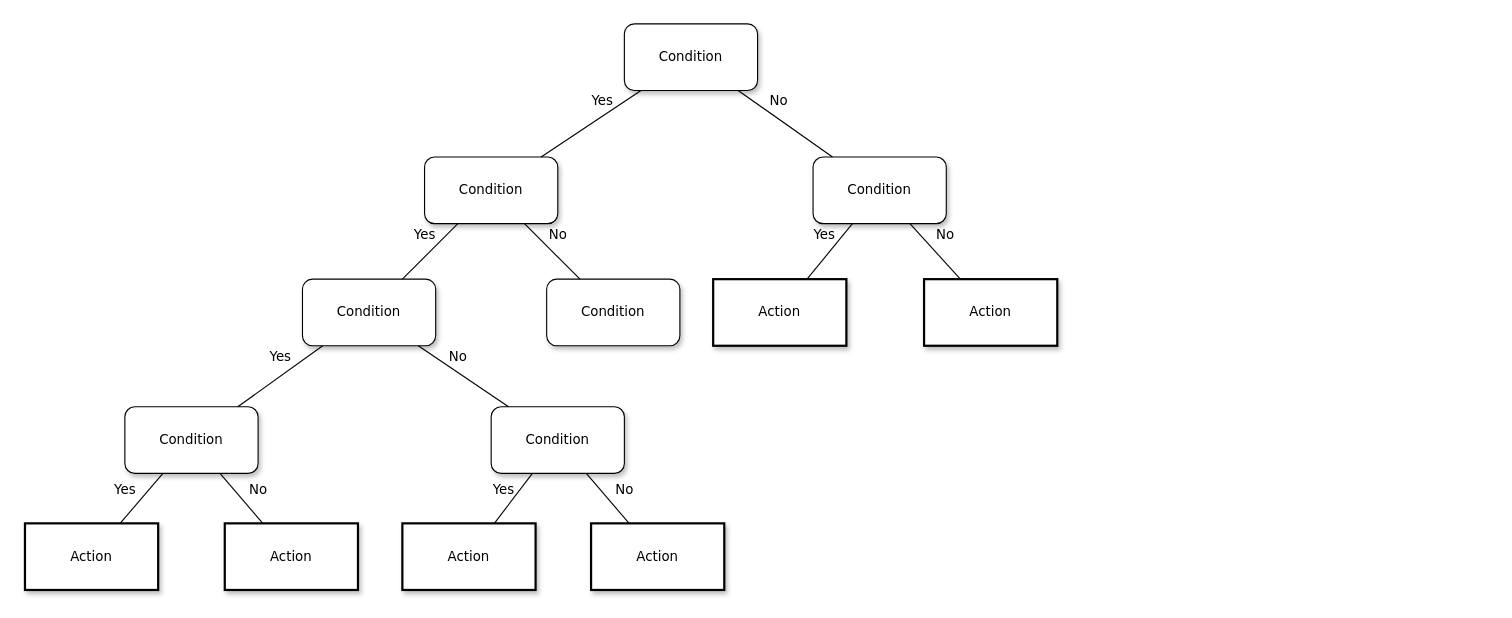
Earlier version of the draw.io diagram Untitled Diagram.drawio (Jung-YongJin/HelpDesk). Source tidied: cells renumbered, new cells numbered last; positions are measured from the earlier drawing's top-left corner, leaving out a move shared by most shapes. Both pictures are drawn from the tidied source at 111%, with x=0, y=0 at pixel (24, 23).
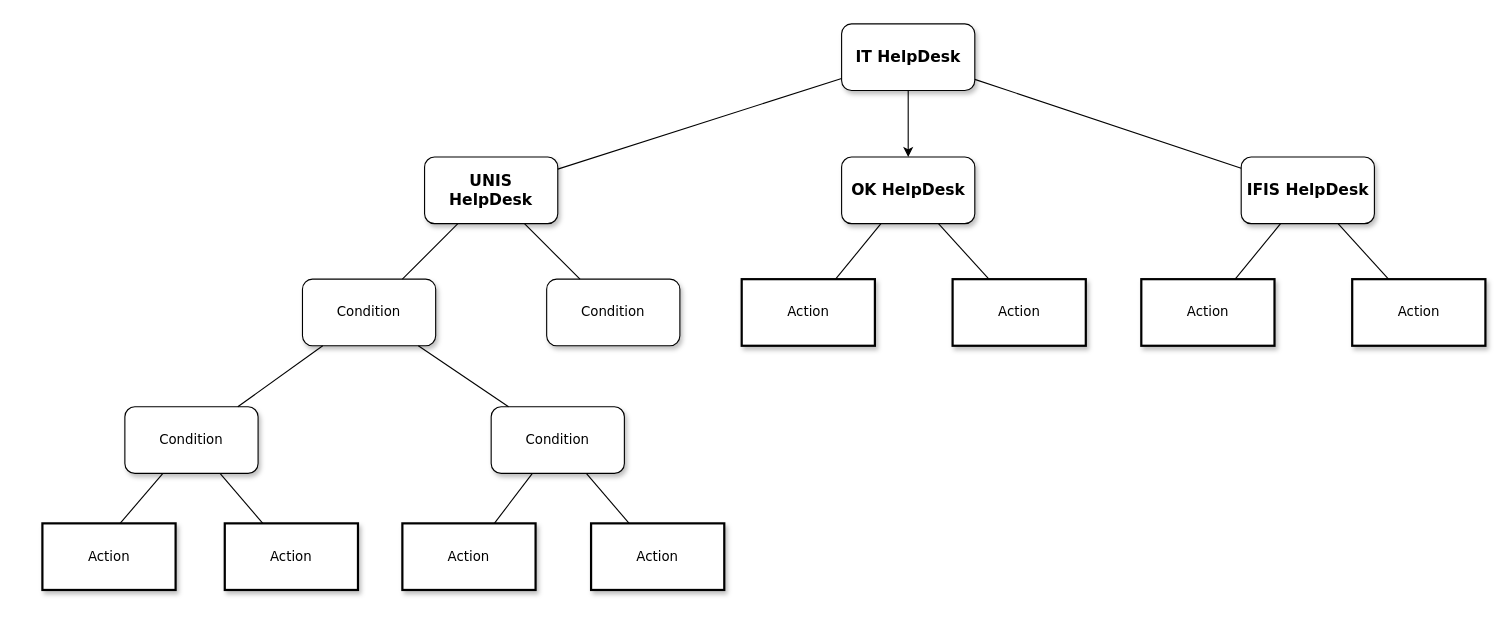
After the change.

Unchanged cells that the change refers to:
```xml
<mxCell id="7" value="&lt;span&gt;Condition&lt;/span&gt;" style="whiteSpace=wrap;html=1;rounded=1;shadow=1;labelBackgroundColor=none;strokeWidth=1;fontFamily=Verdana;fontSize=12;align=center;" parent="1" vertex="1">
  <mxGeometry x="250" y="230" width="120" height="60" as="geometry" />
</mxCell>
<mxCell id="8" value="&lt;span&gt;Condition&lt;/span&gt;" style="whiteSpace=wrap;html=1;rounded=1;shadow=1;labelBackgroundColor=none;strokeWidth=1;fontFamily=Verdana;fontSize=12;align=center;" parent="1" vertex="1">
  <mxGeometry x="470" y="230" width="120" height="60" as="geometry" />
</mxCell>
<mxCell id="11" value="&lt;span&gt;Condition&lt;/span&gt;" style="whiteSpace=wrap;html=1;rounded=1;shadow=1;labelBackgroundColor=none;strokeWidth=1;fontFamily=Verdana;fontSize=12;align=center;" parent="1" vertex="1">
  <mxGeometry x="90" y="345" width="120" height="60" as="geometry" />
</mxCell>
<mxCell id="12" value="&lt;span&gt;Condition&lt;/span&gt;" style="whiteSpace=wrap;html=1;rounded=1;shadow=1;labelBackgroundColor=none;strokeWidth=1;fontFamily=Verdana;fontSize=12;align=center;" parent="1" vertex="1">
  <mxGeometry x="420" y="345" width="120" height="60" as="geometry" />
</mxCell>
<mxCell id="20" value="&lt;span&gt;Action&lt;/span&gt;" style="whiteSpace=wrap;html=1;rounded=0;shadow=1;labelBackgroundColor=none;strokeWidth=2;fontFamily=Verdana;fontSize=12;align=center;" parent="1" vertex="1">
  <mxGeometry x="180" y="450" width="120" height="60" as="geometry" />
</mxCell>
<mxCell id="21" value="&lt;span&gt;Action&lt;/span&gt;" style="whiteSpace=wrap;html=1;rounded=0;shadow=1;labelBackgroundColor=none;strokeWidth=2;fontFamily=Verdana;fontSize=12;align=center;" parent="1" vertex="1">
  <mxGeometry x="340" y="450" width="120" height="60" as="geometry" />
</mxCell>
<mxCell id="22" value="&lt;span&gt;Action&lt;/span&gt;" style="whiteSpace=wrap;html=1;rounded=0;shadow=1;labelBackgroundColor=none;strokeWidth=2;fontFamily=Verdana;fontSize=12;align=center;" parent="1" vertex="1">
  <mxGeometry x="510" y="450" width="120" height="60" as="geometry" />
</mxCell>
```

Change to the diagram source:
```diff
@@
+    <mxCell id="27" style="edgeStyle=orthogonalEdgeStyle;rounded=0;jettySize=auto;html=1;" parent="1" edge="1" source="2" target="28">
+      <mxGeometry relative="1" as="geometry" />
+    </mxCell>
-    <mxCell id="2" value="Condition" style="whiteSpace=wrap;html=1;rounded=1;shadow=1;labelBackgroundColor=none;strokeWidth=1;fontFamily=Verdana;fontSize=12;align=center;" parent="1" vertex="1">
-      <mxGeometry x="540" width="120" height="60" as="geometry" />
+    <mxCell id="2" value="&lt;b&gt;&lt;font style=&quot;font-size: 14px;&quot;&gt;IT HelpDesk&lt;/font&gt;&lt;/b&gt;" style="whiteSpace=wrap;html=1;rounded=1;shadow=1;labelBackgroundColor=none;strokeWidth=1;fontFamily=Verdana;fontSize=12;align=center;" parent="1" vertex="1">
+      <mxGeometry x="735.7" width="120" height="60" as="geometry" />
     </mxCell>
-    <mxCell id="3" value="&lt;span&gt;Condition&lt;/span&gt;" style="whiteSpace=wrap;html=1;rounded=1;shadow=1;labelBackgroundColor=none;strokeWidth=1;fontFamily=Verdana;fontSize=12;align=center;" parent="1" vertex="1">
+    <mxCell id="3" value="&lt;b style=&quot;border-color: var(--border-color);&quot;&gt;&lt;font style=&quot;border-color: var(--border-color); font-size: 14px;&quot;&gt;UNIS HelpDesk&lt;/font&gt;&lt;/b&gt;" style="whiteSpace=wrap;html=1;rounded=1;shadow=1;labelBackgroundColor=none;strokeWidth=1;fontFamily=Verdana;fontSize=12;align=center;" parent="1" vertex="1">
       <mxGeometry x="360" y="120" width="120" height="60" as="geometry" />
     </mxCell>
-    <mxCell id="4" value="&lt;span&gt;Condition&lt;/span&gt;" style="whiteSpace=wrap;html=1;rounded=1;shadow=1;labelBackgroundColor=none;strokeWidth=1;fontFamily=Verdana;fontSize=12;align=center;" parent="1" vertex="1">
-      <mxGeometry x="710" y="120" width="120" height="60" as="geometry" />
+    <mxCell id="4" value="&lt;b style=&quot;border-color: var(--border-color);&quot;&gt;&lt;font style=&quot;border-color: var(--border-color); font-size: 14px;&quot;&gt;IFIS HelpDesk&lt;/font&gt;&lt;/b&gt;" style="whiteSpace=wrap;html=1;rounded=1;shadow=1;labelBackgroundColor=none;strokeWidth=1;fontFamily=Verdana;fontSize=12;align=center;" parent="1" vertex="1">
+      <mxGeometry x="1095.7" y="120" width="120" height="60" as="geometry" />
     </mxCell>
-    <mxCell id="5" value="No" style="rounded=0;html=1;labelBackgroundColor=none;startArrow=none;startFill=0;startSize=5;endArrow=none;endFill=0;endSize=5;jettySize=auto;strokeWidth=1;fontFamily=Verdana;fontSize=12;" parent="1" edge="1" source="2" target="4">
+    <mxCell id="5" style="rounded=0;html=1;labelBackgroundColor=none;startArrow=none;startFill=0;startSize=5;endArrow=none;endFill=0;endSize=5;jettySize=auto;strokeWidth=1;fontFamily=Verdana;fontSize=12;" parent="1" edge="1" source="2" target="4">
       <mxGeometry x="-0.3" y="13" relative="1" as="geometry" />
     </mxCell>
-    <mxCell id="6" value="Yes" style="rounded=0;html=1;labelBackgroundColor=none;startArrow=none;startFill=0;startSize=5;endArrow=none;endFill=0;endSize=5;jettySize=auto;strokeWidth=1;fontFamily=Verdana;fontSize=12;" parent="1" edge="1" source="2" target="3">
+    <mxCell id="6" style="rounded=0;html=1;labelBackgroundColor=none;startArrow=none;startFill=0;startSize=5;endArrow=none;endFill=0;endSize=5;jettySize=auto;strokeWidth=1;fontFamily=Verdana;fontSize=12;" parent="1" edge="1" source="2" target="3">
       <mxGeometry x="-0.36" y="-11" relative="1" as="geometry" />
     </mxCell>
@@
     <mxCell id="9" value="&lt;span&gt;Action&lt;/span&gt;" style="whiteSpace=wrap;html=1;rounded=0;shadow=1;labelBackgroundColor=none;strokeWidth=2;fontFamily=Verdana;fontSize=12;align=center;" parent="1" vertex="1">
-      <mxGeometry x="620" y="230" width="120" height="60" as="geometry" />
+      <mxGeometry x="1005.7" y="230" width="120" height="60" as="geometry" />
     </mxCell>
     <mxCell id="10" value="&lt;span&gt;Action&lt;/span&gt;" style="whiteSpace=wrap;html=1;rounded=0;shadow=1;labelBackgroundColor=none;strokeWidth=2;fontFamily=Verdana;fontSize=12;align=center;" parent="1" vertex="1">
-      <mxGeometry x="810" y="230" width="120" height="60" as="geometry" />
+      <mxGeometry x="1195.7" y="230" width="120" height="60" as="geometry" />
     </mxCell>
@@
-    <mxCell id="13" value="Yes" style="rounded=0;html=1;labelBackgroundColor=none;startArrow=none;startFill=0;startSize=5;endArrow=none;endFill=0;endSize=5;jettySize=auto;strokeWidth=1;fontFamily=Verdana;fontSize=12;" parent="1" edge="1" source="3" target="7">
+    <mxCell id="13" style="rounded=0;html=1;labelBackgroundColor=none;startArrow=none;startFill=0;startSize=5;endArrow=none;endFill=0;endSize=5;jettySize=auto;strokeWidth=1;fontFamily=Verdana;fontSize=12;" parent="1" edge="1" source="3" target="7">
       <mxGeometry x="-0.2" y="-14" relative="1" as="geometry" />
     </mxCell>
-    <mxCell id="14" value="No" style="rounded=0;html=1;labelBackgroundColor=none;startArrow=none;startFill=0;startSize=5;endArrow=none;endFill=0;endSize=5;jettySize=auto;strokeWidth=1;fontFamily=Verdana;fontSize=12;" parent="1" edge="1" source="3" target="8">
+    <mxCell id="14" style="rounded=0;html=1;labelBackgroundColor=none;startArrow=none;startFill=0;startSize=5;endArrow=none;endFill=0;endSize=5;jettySize=auto;strokeWidth=1;fontFamily=Verdana;fontSize=12;" parent="1" edge="1" source="3" target="8">
       <mxGeometry x="-0.2" y="14" relative="1" as="geometry" />
     </mxCell>
-    <mxCell id="15" value="Yes" style="rounded=0;html=1;labelBackgroundColor=none;startArrow=none;startFill=0;startSize=5;endArrow=none;endFill=0;endSize=5;jettySize=auto;strokeWidth=1;fontFamily=Verdana;fontSize=12;" parent="1" edge="1" source="4" target="9">
+    <mxCell id="15" style="rounded=0;html=1;labelBackgroundColor=none;startArrow=none;startFill=0;startSize=5;endArrow=none;endFill=0;endSize=5;jettySize=auto;strokeWidth=1;fontFamily=Verdana;fontSize=12;" parent="1" edge="1" source="4" target="9">
       <mxGeometry x="-0.26" y="-13" relative="1" as="geometry" />
     </mxCell>
-    <mxCell id="16" value="No" style="rounded=0;html=1;labelBackgroundColor=none;startArrow=none;startFill=0;startSize=5;endArrow=none;endFill=0;endSize=5;jettySize=auto;strokeWidth=1;fontFamily=Verdana;fontSize=12;" parent="1" edge="1" source="4" target="10">
+    <mxCell id="16" style="rounded=0;html=1;labelBackgroundColor=none;startArrow=none;startFill=0;startSize=5;endArrow=none;endFill=0;endSize=5;jettySize=auto;strokeWidth=1;fontFamily=Verdana;fontSize=12;" parent="1" edge="1" source="4" target="10">
       <mxGeometry x="-0.13" y="17" relative="1" as="geometry" />
     </mxCell>
-    <mxCell id="17" value="Yes" style="rounded=0;html=1;labelBackgroundColor=none;startArrow=none;startFill=0;startSize=5;endArrow=none;endFill=0;endSize=5;jettySize=auto;strokeWidth=1;fontFamily=Verdana;fontSize=12;" parent="1" edge="1" source="7" target="11">
+    <mxCell id="17" style="rounded=0;html=1;labelBackgroundColor=none;startArrow=none;startFill=0;startSize=5;endArrow=none;endFill=0;endSize=5;jettySize=auto;strokeWidth=1;fontFamily=Verdana;fontSize=12;" parent="1" edge="1" source="7" target="11">
       <mxGeometry x="-0.22" y="-14" relative="1" as="geometry" />
     </mxCell>
-    <mxCell id="18" value="No" style="rounded=0;html=1;labelBackgroundColor=none;startArrow=none;startFill=0;startSize=5;endArrow=none;endFill=0;endSize=5;jettySize=auto;strokeWidth=1;fontFamily=Verdana;fontSize=12;" parent="1" edge="1" source="7" target="12">
-      <mxGeometry x="-0.28" y="12" relative="1" as="geometry" />
+    <mxCell id="18" style="rounded=0;html=1;labelBackgroundColor=none;startArrow=none;startFill=0;startSize=5;endArrow=none;endFill=0;endSize=5;jettySize=auto;strokeWidth=1;fontFamily=Verdana;fontSize=12;" parent="1" edge="1" source="7" target="12">
+      <mxGeometry x="-0.29" y="12" relative="1" as="geometry" />
     </mxCell>
     <mxCell id="19" value="Action" style="whiteSpace=wrap;html=1;rounded=0;shadow=1;labelBackgroundColor=none;strokeWidth=2;fontFamily=Verdana;fontSize=12;align=center;" parent="1" vertex="1">
-      <mxGeometry y="450" width="120" height="60" as="geometry" />
+      <mxGeometry x="15.7" y="450" width="120" height="60" as="geometry" />
     </mxCell>
@@
-    <mxCell id="23" value="Yes" style="rounded=0;html=1;labelBackgroundColor=none;startArrow=none;startFill=0;startSize=5;endArrow=none;endFill=0;endSize=5;jettySize=auto;strokeWidth=1;fontFamily=Verdana;fontSize=12;" parent="1" edge="1" source="11" target="19">
-      <mxGeometry x="0.14" y="-16" relative="1" as="geometry" />
+    <mxCell id="23" style="rounded=0;html=1;labelBackgroundColor=none;startArrow=none;startFill=0;startSize=5;endArrow=none;endFill=0;endSize=5;jettySize=auto;strokeWidth=1;fontFamily=Verdana;fontSize=12;" parent="1" edge="1" source="11">
+      <mxGeometry x="0.14" y="-16" relative="1" as="geometry">
+        <mxPoint x="85.7" y="450" as="targetPoint" />
+      </mxGeometry>
     </mxCell>
-    <mxCell id="24" value="No" style="rounded=0;html=1;labelBackgroundColor=none;startArrow=none;startFill=0;startSize=5;endArrow=none;endFill=0;endSize=5;jettySize=auto;strokeWidth=1;fontFamily=Verdana;fontSize=12;" parent="1" edge="1" source="11" target="20">
+    <mxCell id="24" style="rounded=0;html=1;labelBackgroundColor=none;startArrow=none;startFill=0;startSize=5;endArrow=none;endFill=0;endSize=5;jettySize=auto;strokeWidth=1;fontFamily=Verdana;fontSize=12;" parent="1" edge="1" source="11" target="20">
       <mxGeometry x="0.14" y="16" relative="1" as="geometry" />
     </mxCell>
-    <mxCell id="25" value="Yes" style="rounded=0;html=1;labelBackgroundColor=none;startArrow=none;startFill=0;startSize=5;endArrow=none;endFill=0;endSize=5;jettySize=auto;strokeWidth=1;fontFamily=Verdana;fontSize=12;" parent="1" edge="1" source="12" target="21">
+    <mxCell id="25" style="rounded=0;html=1;labelBackgroundColor=none;startArrow=none;startFill=0;startSize=5;endArrow=none;endFill=0;endSize=5;jettySize=auto;strokeWidth=1;fontFamily=Verdana;fontSize=12;" parent="1" edge="1" source="12" target="21">
       <mxGeometry y="-12" relative="1" as="geometry" />
     </mxCell>
-    <mxCell id="26" value="No" style="rounded=0;html=1;labelBackgroundColor=none;startArrow=none;startFill=0;startSize=5;endArrow=none;endFill=0;endSize=5;jettySize=auto;strokeWidth=1;fontFamily=Verdana;fontSize=12;" parent="1" edge="1" source="12" target="22">
+    <mxCell id="26" style="rounded=0;html=1;labelBackgroundColor=none;startArrow=none;startFill=0;startSize=5;endArrow=none;endFill=0;endSize=5;jettySize=auto;strokeWidth=1;fontFamily=Verdana;fontSize=12;" parent="1" edge="1" source="12" target="22">
       <mxGeometry x="0.14" y="16" relative="1" as="geometry" />
     </mxCell>
+    <mxCell id="28" value="&lt;b style=&quot;border-color: var(--border-color);&quot;&gt;&lt;font style=&quot;border-color: var(--border-color); font-size: 14px;&quot;&gt;OK HelpDesk&lt;/font&gt;&lt;/b&gt;" style="whiteSpace=wrap;html=1;rounded=1;shadow=1;labelBackgroundColor=none;strokeWidth=1;fontFamily=Verdana;fontSize=12;align=center;" parent="1" vertex="1">
+      <mxGeometry x="735.7" y="120" width="120" height="60" as="geometry" />
+    </mxCell>
+    <mxCell id="29" value="&lt;span&gt;Action&lt;/span&gt;" style="whiteSpace=wrap;html=1;rounded=0;shadow=1;labelBackgroundColor=none;strokeWidth=2;fontFamily=Verdana;fontSize=12;align=center;" parent="1" vertex="1">
+      <mxGeometry x="645.7" y="230" width="120" height="60" as="geometry" />
+    </mxCell>
+    <mxCell id="30" value="&lt;span&gt;Action&lt;/span&gt;" style="whiteSpace=wrap;html=1;rounded=0;shadow=1;labelBackgroundColor=none;strokeWidth=2;fontFamily=Verdana;fontSize=12;align=center;" parent="1" vertex="1">
+      <mxGeometry x="835.7" y="230" width="120" height="60" as="geometry" />
+    </mxCell>
+    <mxCell id="31" style="rounded=0;html=1;labelBackgroundColor=none;startArrow=none;startFill=0;startSize=5;endArrow=none;endFill=0;endSize=5;jettySize=auto;strokeWidth=1;fontFamily=Verdana;fontSize=12;" parent="1" edge="1" source="28" target="29">
+      <mxGeometry x="-0.26" y="-13" relative="1" as="geometry" />
+    </mxCell>
+    <mxCell id="32" style="rounded=0;html=1;labelBackgroundColor=none;startArrow=none;startFill=0;startSize=5;endArrow=none;endFill=0;endSize=5;jettySize=auto;strokeWidth=1;fontFamily=Verdana;fontSize=12;" parent="1" edge="1" source="28" target="30">
+      <mxGeometry x="-0.13" y="17" relative="1" as="geometry" />
+    </mxCell>
```
